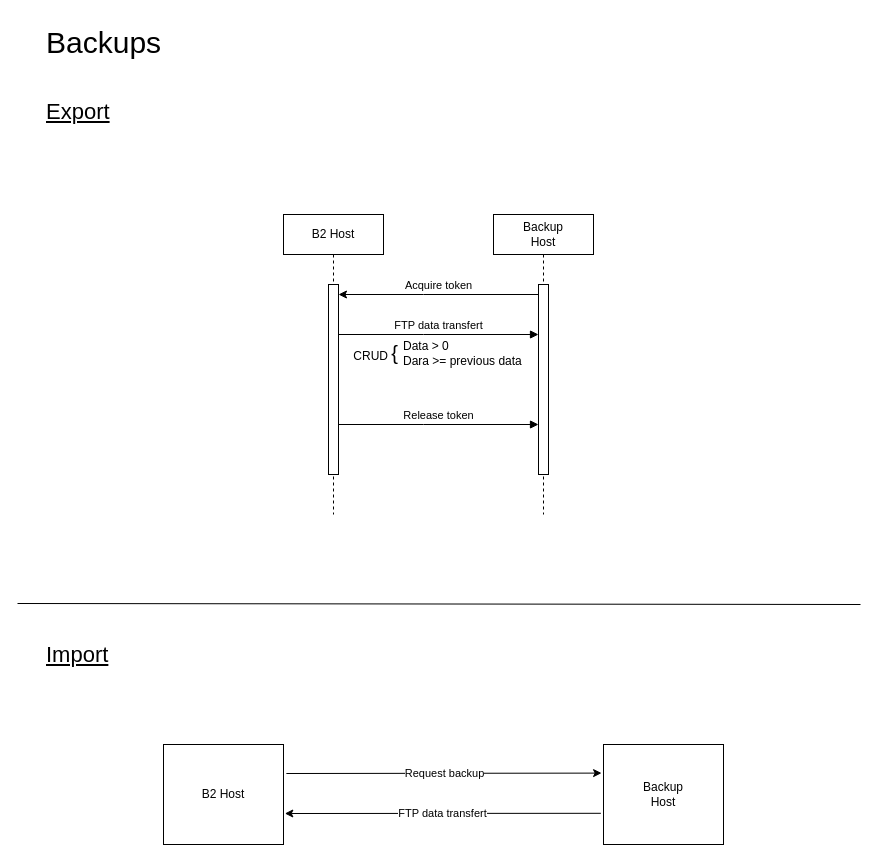
This is doc/Backups.drawio from yesbabylon/b2, a draw.io file, before an edit. Source tidied: cells renumbered, new cells numbered last; positions are measured from the earlier drawing's top-left corner, leaving out a move shared by most shapes. Both pictures are drawn from the tidied source at 100%, with x=0, y=0 at pixel (17, 17).
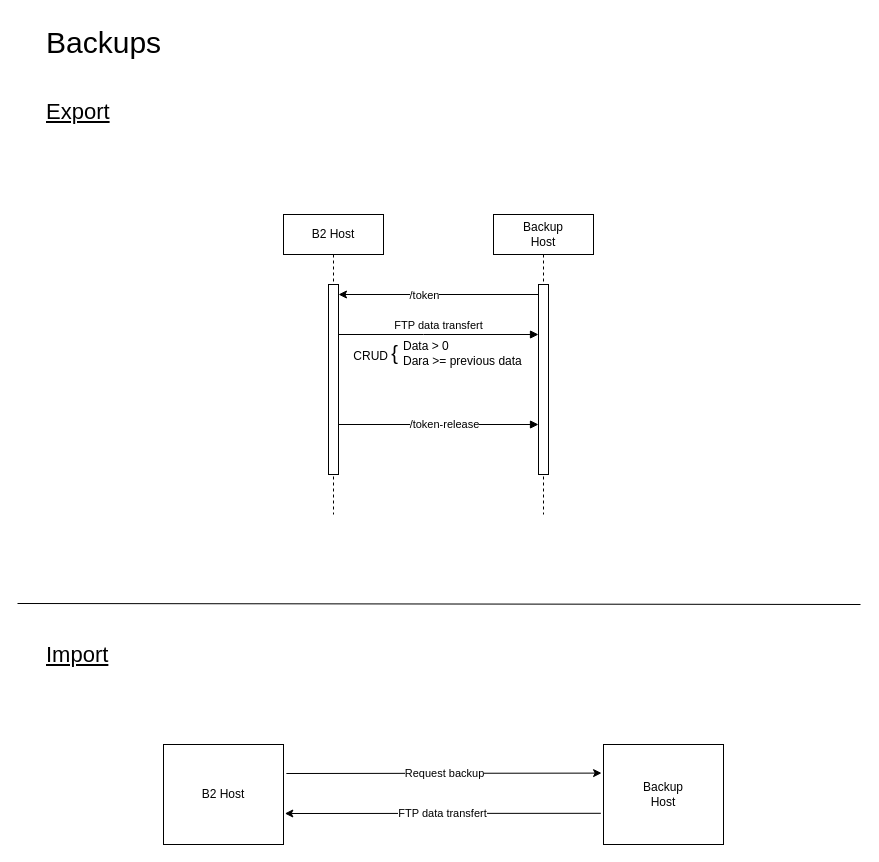
Above is the later version.

The change refers to these unchanged cells:
```xml
<mxCell id="3" style="html=1;points=[];perimeter=orthogonalPerimeter;outlineConnect=0;targetShapes=umlLifeline;portConstraint=eastwest;newEdgeStyle={&quot;edgeStyle&quot;:&quot;elbowEdgeStyle&quot;,&quot;elbow&quot;:&quot;vertical&quot;,&quot;curved&quot;:0,&quot;rounded&quot;:0};" parent="2" vertex="1">
  <mxGeometry x="45" y="70" width="10" height="190" as="geometry" />
</mxCell>
<mxCell id="5" style="html=1;points=[];perimeter=orthogonalPerimeter;outlineConnect=0;targetShapes=umlLifeline;portConstraint=eastwest;newEdgeStyle={&quot;edgeStyle&quot;:&quot;elbowEdgeStyle&quot;,&quot;elbow&quot;:&quot;vertical&quot;,&quot;curved&quot;:0,&quot;rounded&quot;:0};" parent="4" vertex="1">
  <mxGeometry x="45" y="70" width="10" height="190" as="geometry" />
</mxCell>
```

The edit, as a diff of the source:
```diff
@@
-    <mxCell id="6" value="Acquire token" style="html=1;verticalAlign=bottom;endArrow=none;edgeStyle=elbowEdgeStyle;elbow=vertical;curved=0;rounded=0;startArrow=classic;startFill=1;endFill=0;" parent="1" edge="1" source="3" target="5">
+    <mxCell id="6" style="html=1;verticalAlign=bottom;endArrow=none;edgeStyle=elbowEdgeStyle;elbow=vertical;curved=0;rounded=0;startArrow=classic;startFill=1;endFill=0;" parent="1" edge="1" source="3" target="5">
       <mxGeometry relative="1" as="geometry">
         <Array as="points">
           <mxPoint x="406" y="277" />
         </Array>
       </mxGeometry>
     </mxCell>
+    <mxCell id="19" value="/token" style="edgeLabel;html=1;align=center;verticalAlign=middle;" parent="6" vertex="1">
+      <mxGeometry x="0.04" relative="1" as="geometry">
+        <mxPoint x="-19" as="offset" />
+      </mxGeometry>
+    </mxCell>
@@
-    <mxCell id="10" value="Release token" style="html=1;verticalAlign=bottom;endArrow=block;edgeStyle=elbowEdgeStyle;elbow=vertical;curved=0;rounded=0;" parent="1" edge="1" target="5">
-      <mxGeometry relative="1" as="geometry">
+    <mxCell id="10" style="html=1;verticalAlign=bottom;endArrow=block;edgeStyle=elbowEdgeStyle;elbow=vertical;curved=0;rounded=0;" parent="1" edge="1" target="5">
+      <mxGeometry x="-0.05" y="10" relative="1" as="geometry">
         <mxPoint x="321" y="407" as="sourcePoint" />
         <Array as="points">
           <mxPoint x="406" y="407" />
         </Array>
       </mxGeometry>
     </mxCell>
+    <mxCell id="20" value="/token-release" style="edgeLabel;html=1;align=center;verticalAlign=middle;" parent="10" vertex="1">
+      <mxGeometry x="0.03" y="1" relative="1" as="geometry">
+        <mxPoint x="2" as="offset" />
+      </mxGeometry>
+    </mxCell>
```
